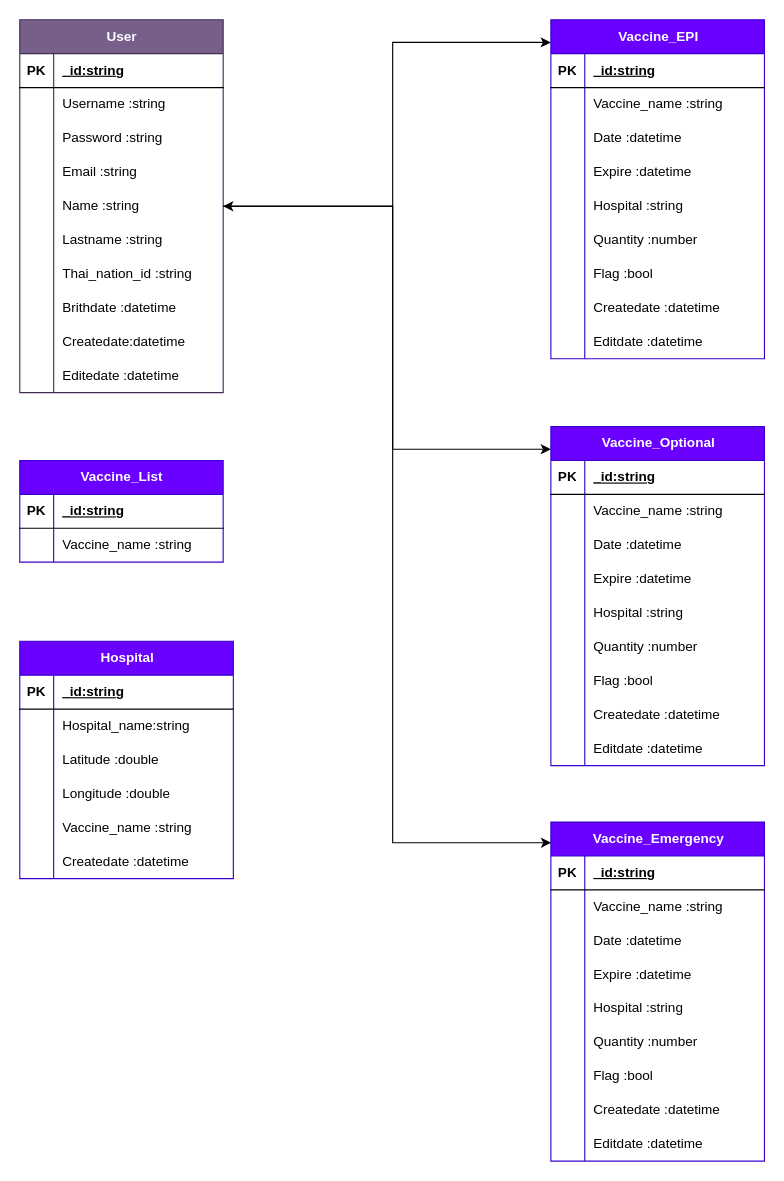
The draw.io diagram database&flowchart.drawio in AsticeX/-_-_1630901328, before the edit. Source tidied: cells renumbered, new cells numbered last; positions are measured from the earlier drawing's top-left corner, leaving out a move shared by most shapes. Both pictures are drawn from the tidied source at 113%, with x=0, y=0 at pixel (19, 19).
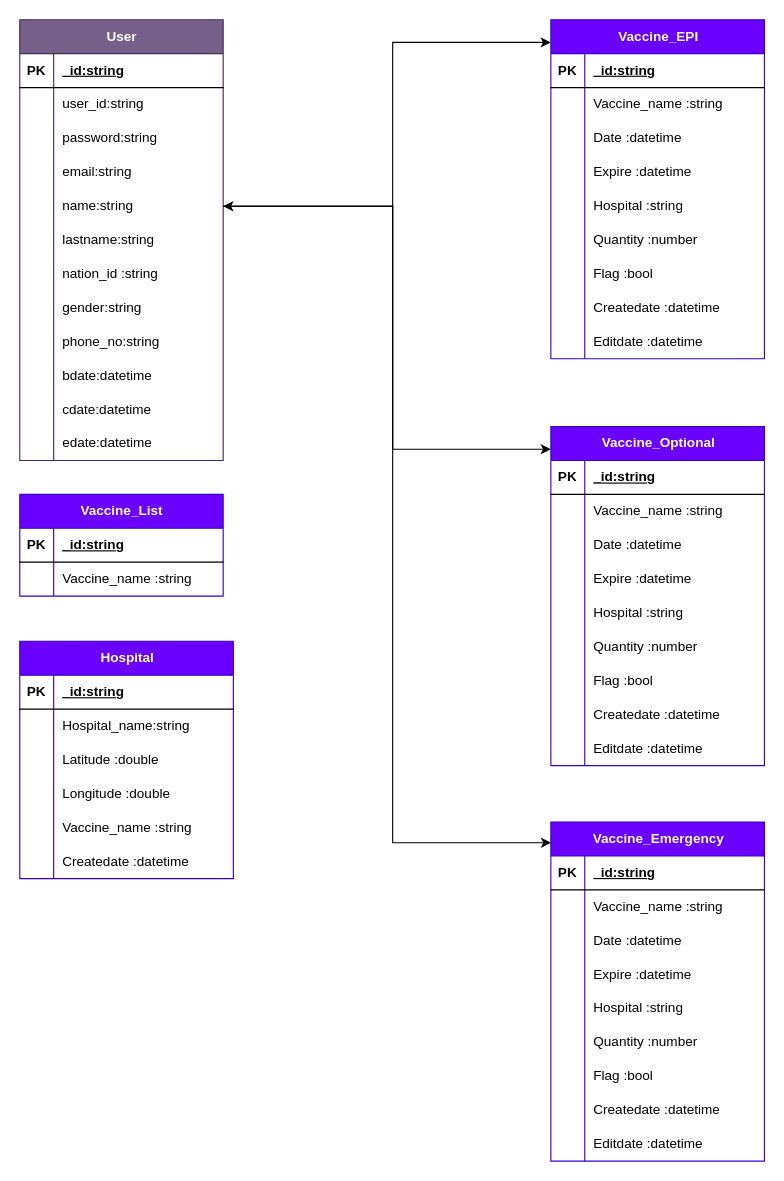
Above is the later version.

The change refers to these unchanged cells:
```xml
<mxCell id="6" style="shape=tableRow;horizontal=0;startSize=0;swimlaneHead=0;swimlaneBody=0;fillColor=none;top=0;left=0;right=0;bottom=0;" parent="2" vertex="1">
  <mxGeometry y="60" width="180" height="30" as="geometry" />
</mxCell>
<mxCell id="9" style="shape=tableRow;horizontal=0;startSize=0;swimlaneHead=0;swimlaneBody=0;fillColor=none;top=0;left=0;right=0;bottom=0;" parent="2" vertex="1">
  <mxGeometry y="90" width="180" height="30" as="geometry" />
</mxCell>
<mxCell id="12" style="shape=tableRow;horizontal=0;startSize=0;swimlaneHead=0;swimlaneBody=0;fillColor=none;top=0;left=0;right=0;bottom=0;" parent="2" vertex="1">
  <mxGeometry y="120" width="180" height="30" as="geometry" />
</mxCell>
<mxCell id="15" style="shape=tableRow;horizontal=0;startSize=0;swimlaneHead=0;swimlaneBody=0;fillColor=none;points=[[0,0.5],[1,0.5]];portConstraint=eastwest;top=0;left=0;right=0;bottom=0;" parent="2" vertex="1">
  <mxGeometry y="150" width="180" height="30" as="geometry" />
</mxCell>
<mxCell id="18" style="shape=tableRow;horizontal=0;startSize=0;swimlaneHead=0;swimlaneBody=0;fillColor=none;top=0;left=0;right=0;bottom=0;" parent="2" vertex="1">
  <mxGeometry y="180" width="180" height="30" as="geometry" />
</mxCell>
<mxCell id="21" style="shape=tableRow;horizontal=0;startSize=0;swimlaneHead=0;swimlaneBody=0;fillColor=none;top=0;left=0;right=0;bottom=0;" parent="2" vertex="1">
  <mxGeometry y="210" width="180" height="30" as="geometry" />
</mxCell>
```

Change to the diagram source:
```diff
@@
     <mxCell id="2" value="User" style="shape=table;startSize=30;childLayout=tableLayout;rowLines=0;fontStyle=1;align=center;html=1;fillColor=#76608a;fontColor=#ffffff;strokeColor=#432D57;" parent="1" vertex="1">
-      <mxGeometry width="180" height="330" as="geometry" />
+      <mxGeometry width="180" height="390" as="geometry" />
     </mxCell>
@@
-    <mxCell id="8" value="Username :string" style="shape=partialRectangle;fillColor=none;top=0;left=0;bottom=0;right=0;align=left;spacingLeft=6;overflow=hidden;whiteSpace=wrap;html=1;" parent="6" vertex="1">
+    <mxCell id="8" value="user_id:string" style="shape=partialRectangle;fillColor=none;top=0;left=0;bottom=0;right=0;align=left;spacingLeft=6;overflow=hidden;whiteSpace=wrap;html=1;" parent="6" vertex="1">
       <mxGeometry x="30" width="150" height="30" as="geometry" />
     </mxCell>
@@
-    <mxCell id="11" value="Password :string" style="shape=partialRectangle;fillColor=none;top=0;left=0;bottom=0;right=0;align=left;spacingLeft=6;overflow=hidden;whiteSpace=wrap;html=1;" parent="9" vertex="1">
+    <mxCell id="11" value="password:string" style="shape=partialRectangle;fillColor=none;top=0;left=0;bottom=0;right=0;align=left;spacingLeft=6;overflow=hidden;whiteSpace=wrap;html=1;" parent="9" vertex="1">
       <mxGeometry x="30" width="150" height="30" as="geometry" />
     </mxCell>
@@
-    <mxCell id="14" value="Email :string" style="shape=partialRectangle;fillColor=none;top=0;left=0;bottom=0;right=0;align=left;spacingLeft=6;overflow=hidden;whiteSpace=wrap;html=1;" parent="12" vertex="1">
+    <mxCell id="14" value="email:string" style="shape=partialRectangle;fillColor=none;top=0;left=0;bottom=0;right=0;align=left;spacingLeft=6;overflow=hidden;whiteSpace=wrap;html=1;" parent="12" vertex="1">
       <mxGeometry x="30" width="150" height="30" as="geometry" />
     </mxCell>
@@
-    <mxCell id="17" value="Name :string" style="shape=partialRectangle;fillColor=none;top=0;left=0;bottom=0;right=0;align=left;spacingLeft=6;overflow=hidden;whiteSpace=wrap;html=1;" parent="15" vertex="1">
+    <mxCell id="17" value="name:string" style="shape=partialRectangle;fillColor=none;top=0;left=0;bottom=0;right=0;align=left;spacingLeft=6;overflow=hidden;whiteSpace=wrap;html=1;" parent="15" vertex="1">
       <mxGeometry x="30" width="150" height="30" as="geometry" />
     </mxCell>
@@
-    <mxCell id="20" value="Lastname :string" style="shape=partialRectangle;fillColor=none;top=0;left=0;bottom=0;right=0;align=left;spacingLeft=6;overflow=hidden;whiteSpace=wrap;html=1;" parent="18" vertex="1">
+    <mxCell id="20" value="lastname:string" style="shape=partialRectangle;fillColor=none;top=0;left=0;bottom=0;right=0;align=left;spacingLeft=6;overflow=hidden;whiteSpace=wrap;html=1;" parent="18" vertex="1">
       <mxGeometry x="30" width="150" height="30" as="geometry" />
     </mxCell>
@@
-    <mxCell id="23" value="Thai_nation_id :string" style="shape=partialRectangle;fillColor=none;top=0;left=0;bottom=0;right=0;align=left;spacingLeft=6;overflow=hidden;whiteSpace=wrap;html=1;" parent="21" vertex="1">
+    <mxCell id="23" value="nation_id&amp;nbsp;:string" style="shape=partialRectangle;fillColor=none;top=0;left=0;bottom=0;right=0;align=left;spacingLeft=6;overflow=hidden;whiteSpace=wrap;html=1;" parent="21" vertex="1">
       <mxGeometry x="30" width="150" height="30" as="geometry" />
     </mxCell>
+    <mxCell id="146" style="shape=tableRow;horizontal=0;startSize=0;swimlaneHead=0;swimlaneBody=0;fillColor=none;top=0;left=0;right=0;bottom=0;" parent="2" vertex="1">
+      <mxGeometry y="240" width="180" height="30" as="geometry" />
+    </mxCell>
+    <mxCell id="147" style="shape=partialRectangle;fillColor=none;top=0;left=0;bottom=0;right=0;overflow=hidden;whiteSpace=wrap;html=1;" parent="146" vertex="1">
+      <mxGeometry width="30" height="30" as="geometry" />
+    </mxCell>
+    <mxCell id="148" value="gender:string" style="shape=partialRectangle;fillColor=none;top=0;left=0;bottom=0;right=0;align=left;spacingLeft=6;overflow=hidden;whiteSpace=wrap;html=1;" parent="146" vertex="1">
+      <mxGeometry x="30" width="150" height="30" as="geometry" />
+    </mxCell>
+    <mxCell id="149" style="shape=tableRow;horizontal=0;startSize=0;swimlaneHead=0;swimlaneBody=0;fillColor=none;top=0;left=0;right=0;bottom=0;" parent="2" vertex="1">
+      <mxGeometry y="270" width="180" height="30" as="geometry" />
+    </mxCell>
+    <mxCell id="150" style="shape=partialRectangle;fillColor=none;top=0;left=0;bottom=0;right=0;overflow=hidden;whiteSpace=wrap;html=1;" parent="149" vertex="1">
+      <mxGeometry width="30" height="30" as="geometry" />
+    </mxCell>
+    <mxCell id="151" value="phone_no:string" style="shape=partialRectangle;fillColor=none;top=0;left=0;bottom=0;right=0;align=left;spacingLeft=6;overflow=hidden;whiteSpace=wrap;html=1;" parent="149" vertex="1">
+      <mxGeometry x="30" width="150" height="30" as="geometry" />
+    </mxCell>
     <mxCell id="24" style="shape=tableRow;horizontal=0;startSize=0;swimlaneHead=0;swimlaneBody=0;fillColor=none;top=0;left=0;right=0;bottom=0;" parent="2" vertex="1">
-      <mxGeometry y="240" width="180" height="30" as="geometry" />
+      <mxGeometry y="300" width="180" height="30" as="geometry" />
     </mxCell>
@@
-    <mxCell id="26" value="Brithdate :datetime" style="shape=partialRectangle;fillColor=none;top=0;left=0;bottom=0;right=0;align=left;spacingLeft=6;overflow=hidden;whiteSpace=wrap;html=1;" parent="24" vertex="1">
+    <mxCell id="26" value="bdate:datetime" style="shape=partialRectangle;fillColor=none;top=0;left=0;bottom=0;right=0;align=left;spacingLeft=6;overflow=hidden;whiteSpace=wrap;html=1;" parent="24" vertex="1">
       <mxGeometry x="30" width="150" height="30" as="geometry" />
     </mxCell>
     <mxCell id="27" style="shape=tableRow;horizontal=0;startSize=0;swimlaneHead=0;swimlaneBody=0;fillColor=none;top=0;left=0;right=0;bottom=0;" parent="2" vertex="1">
-      <mxGeometry y="270" width="180" height="30" as="geometry" />
+      <mxGeometry y="330" width="180" height="30" as="geometry" />
     </mxCell>
@@
-    <mxCell id="29" value="Createdate:datetime" style="shape=partialRectangle;fillColor=none;top=0;left=0;bottom=0;right=0;align=left;spacingLeft=6;overflow=hidden;whiteSpace=wrap;html=1;" parent="27" vertex="1">
+    <mxCell id="29" value="cdate:datetime" style="shape=partialRectangle;fillColor=none;top=0;left=0;bottom=0;right=0;align=left;spacingLeft=6;overflow=hidden;whiteSpace=wrap;html=1;" parent="27" vertex="1">
       <mxGeometry x="30" width="150" height="30" as="geometry" />
     </mxCell>
     <mxCell id="30" style="shape=tableRow;horizontal=0;startSize=0;swimlaneHead=0;swimlaneBody=0;fillColor=none;top=0;left=0;right=0;bottom=0;" parent="2" vertex="1">
-      <mxGeometry y="300" width="180" height="30" as="geometry" />
+      <mxGeometry y="360" width="180" height="30" as="geometry" />
     </mxCell>
@@
-    <mxCell id="32" value="Editedate :datetime" style="shape=partialRectangle;fillColor=none;top=0;left=0;bottom=0;right=0;align=left;spacingLeft=6;overflow=hidden;whiteSpace=wrap;html=1;" parent="30" vertex="1">
+    <mxCell id="32" value="edate:datetime" style="shape=partialRectangle;fillColor=none;top=0;left=0;bottom=0;right=0;align=left;spacingLeft=6;overflow=hidden;whiteSpace=wrap;html=1;" parent="30" vertex="1">
       <mxGeometry x="30" width="150" height="30" as="geometry" />
     </mxCell>
@@
     <mxCell id="90" value="Vaccine_List" style="shape=table;startSize=30;childLayout=tableLayout;rowLines=0;fontStyle=1;align=center;html=1;fillColor=#6a00ff;fontColor=#ffffff;strokeColor=#3700CC;" parent="1" vertex="1">
-      <mxGeometry y="390" width="180" height="90" as="geometry" />
+      <mxGeometry y="420" width="180" height="90" as="geometry" />
     </mxCell>
```
